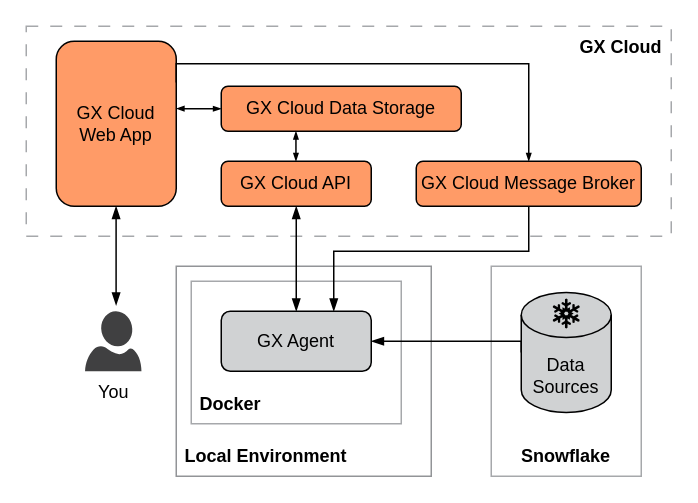
The draw.io diagram page "deployment-snowflake" (2 of 4) of docs/docusaurus/docs/cloud/architecture_deployment_images/gx_cloud_architecture_and_deployment_diagrams.drawio in great-expectations/great_expectations, before the edit. Source tidied: cells renumbered, new cells numbered last; positions are measured from the earlier drawing's top-left corner, leaving out a move shared by most shapes. Both pictures are drawn from the tidied source at 150%, with x=0, y=0 at pixel (26, 26).
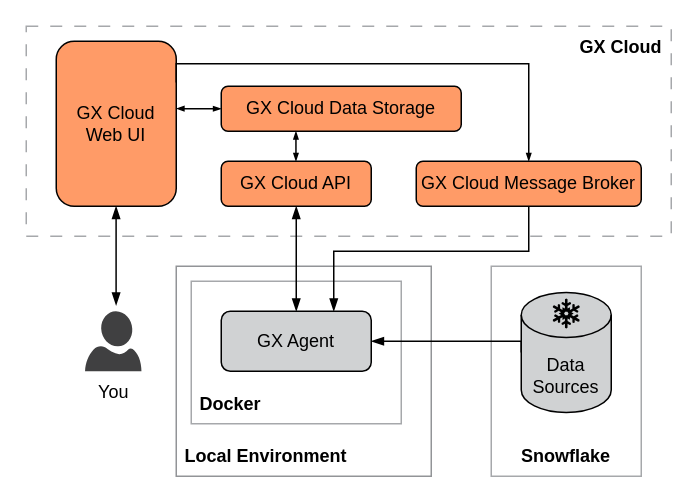
Above is the later version.

What changed in the source:
```diff
@@
-    <mxCell id="18" value="GX Cloud&lt;br&gt;Web App" style="rounded=1;whiteSpace=wrap;html=1;strokeWidth=1;fillColor=#FF9B67;" parent="1" vertex="1">
+    <mxCell id="18" value="GX Cloud&lt;br&gt;Web UI" style="rounded=1;whiteSpace=wrap;html=1;strokeWidth=1;fillColor=#FF9B67;" parent="1" vertex="1">
       <mxGeometry x="20" y="10" width="80" height="110" as="geometry" />
     </mxCell>
```
